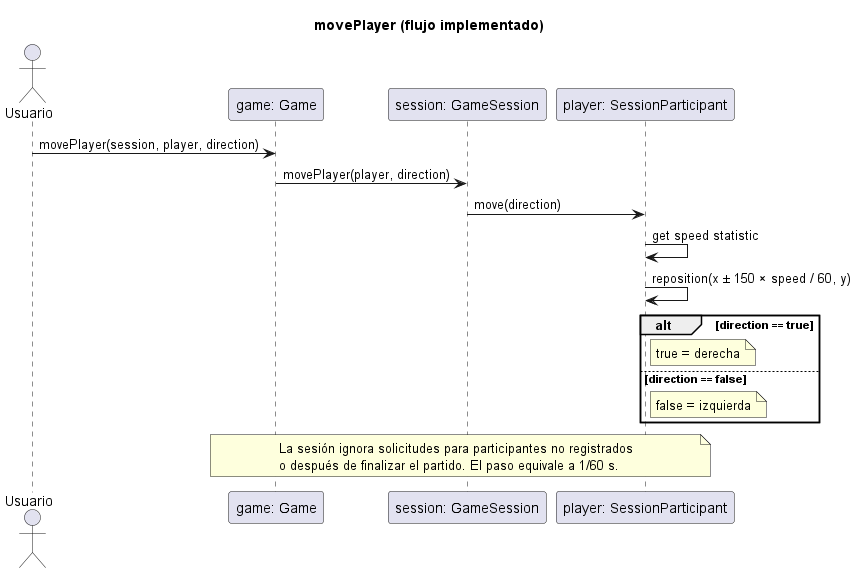
The PlantUML diagram docs/uml/capturas/domain-sequences_002.png in PaglkG/ProyectoFinal-Dopo, before a commit.
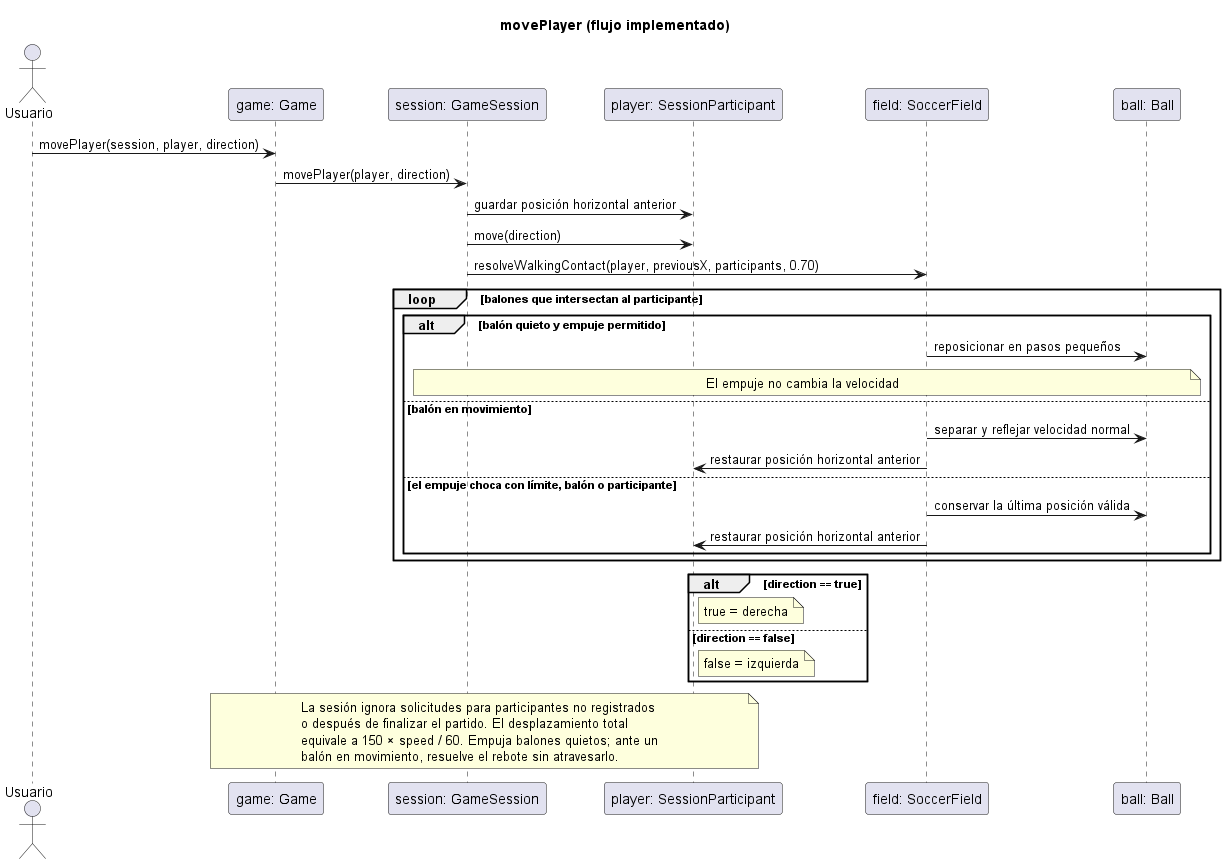
The same file after the commit.

Diff of the diagram source:
```diff
@@ -4,11 +4,25 @@
 participant "game: Game" as G
 participant "session: GameSession" as S
 participant "player: SessionParticipant" as P
+participant "field: SoccerField" as F
+participant "ball: Ball" as B
 Usuario -> G: movePlayer(session, player, direction)
 G -> S: movePlayer(player, direction)
+S -> P: guardar posición horizontal anterior
 S -> P: move(direction)
-P -> P: get speed statistic
-P -> P: reposition(x ± 150 × speed / 60, y)
+S -> F: resolveWalkingContact(player, previousX, participants, 0.70)
+loop balones que intersectan al participante
+  alt balón quieto y empuje permitido
+    F -> B: reposicionar en pasos pequeños
+    note over S,B: El empuje no cambia la velocidad
+  else balón en movimiento
+    F -> B: separar y reflejar velocidad normal
+    F -> P: restaurar posición horizontal anterior
+  else el empuje choca con límite, balón o participante
+    F -> B: conservar la última posición válida
+    F -> P: restaurar posición horizontal anterior
+  end
+end
 alt direction == true
   note right of P: true = derecha
 else direction == false
@@ -16,6 +30,8 @@
 end
 note over G,P
   La sesión ignora solicitudes para participantes no registrados
-  o después de finalizar el partido. El paso equivale a 1/60 s.
+  o después de finalizar el partido. El desplazamiento total
+  equivale a 150 × speed / 60. Empuja balones quietos; ante un
+  balón en movimiento, resuelve el rebote sin atravesarlo.
 end note
 @enduml
```
